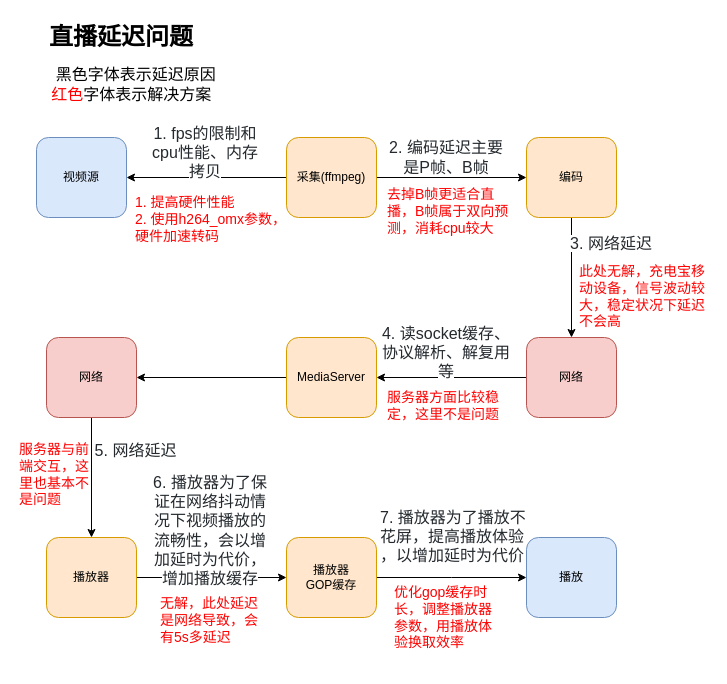
HeisenbergV/node keeps this draw.io diagram as draw/work/mediakit.drawio. Above is the earlier version. Source tidied: cells renumbered, new cells numbered last; positions are measured from the earlier drawing's top-left corner, leaving out a move shared by most shapes. Both pictures are drawn from the tidied source at 100%, with x=0, y=0 at pixel (17, 17).
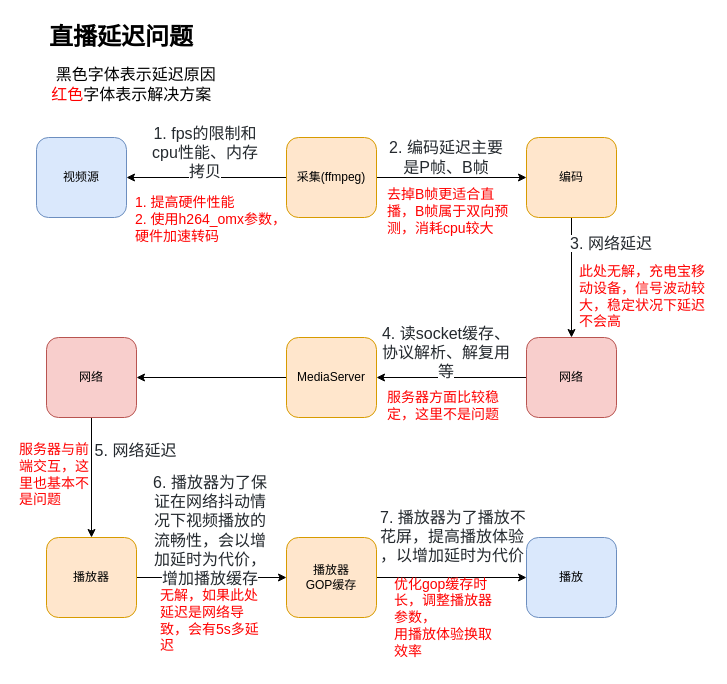
Above is the later version.

Change to the diagram source:
```diff
@@
-    <mxCell id="33" value="&lt;font color=&quot;#ff0000&quot; style=&quot;font-size: 14px&quot;&gt;无解，此处延迟是网络导致，会有5s多延迟&lt;br&gt;&lt;/font&gt;" style="text;html=1;strokeColor=none;fillColor=none;align=left;verticalAlign=middle;whiteSpace=wrap;rounded=0;" parent="1" vertex="1">
+    <mxCell id="33" value="&lt;font color=&quot;#ff0000&quot; style=&quot;font-size: 14px&quot;&gt;无解，如果此处延迟是网络导致，会有5s多延迟&lt;br&gt;&lt;/font&gt;" style="text;html=1;strokeColor=none;fillColor=none;align=left;verticalAlign=middle;whiteSpace=wrap;rounded=0;" parent="1" vertex="1">
       <mxGeometry x="141" y="556" width="109" height="94" as="geometry" />
     </mxCell>
-    <mxCell id="34" value="&lt;font color=&quot;#ff0000&quot; style=&quot;font-size: 14px&quot;&gt;优化gop缓存时长，调整播放器参数，用播放体验换取效率&lt;br&gt;&lt;/font&gt;" style="text;html=1;strokeColor=none;fillColor=none;align=left;verticalAlign=middle;whiteSpace=wrap;rounded=0;" parent="1" vertex="1">
+    <mxCell id="34" value="&lt;font color=&quot;#ff0000&quot; style=&quot;font-size: 14px&quot;&gt;优化gop缓存时长，调整播放器参数，&lt;br&gt;用播放体验换取效率&lt;br&gt;&lt;/font&gt;" style="text;html=1;strokeColor=none;fillColor=none;align=left;verticalAlign=middle;whiteSpace=wrap;rounded=0;" parent="1" vertex="1">
       <mxGeometry x="374.5" y="553" width="109" height="94" as="geometry" />
     </mxCell>
```
